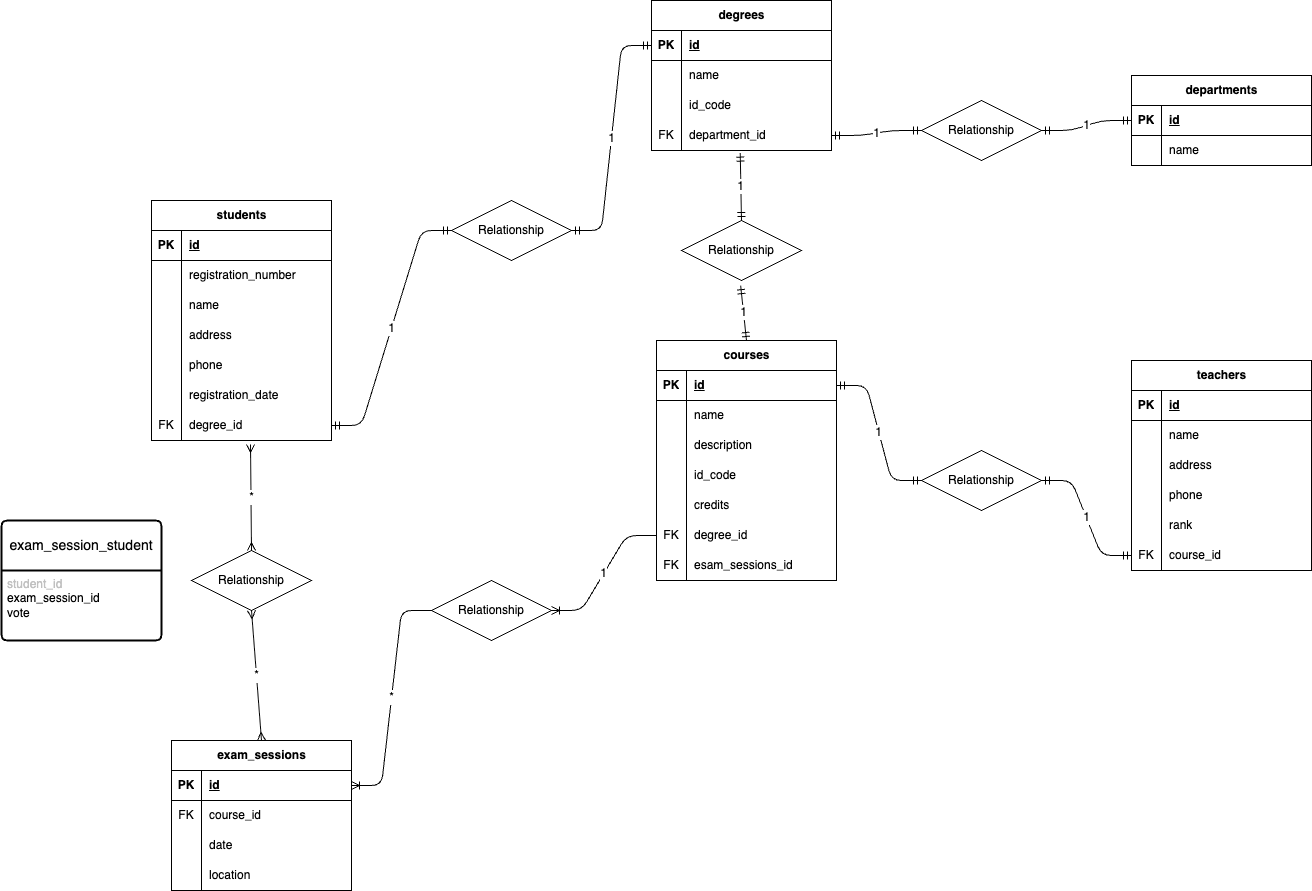
Earlier version of the draw.io export DIAGRAM.png (andrea-pugliatti/db-university). Source tidied: cells renumbered, new cells last; positions are measured from the earlier drawing's top-left corner, leaving out a move shared by most shapes.
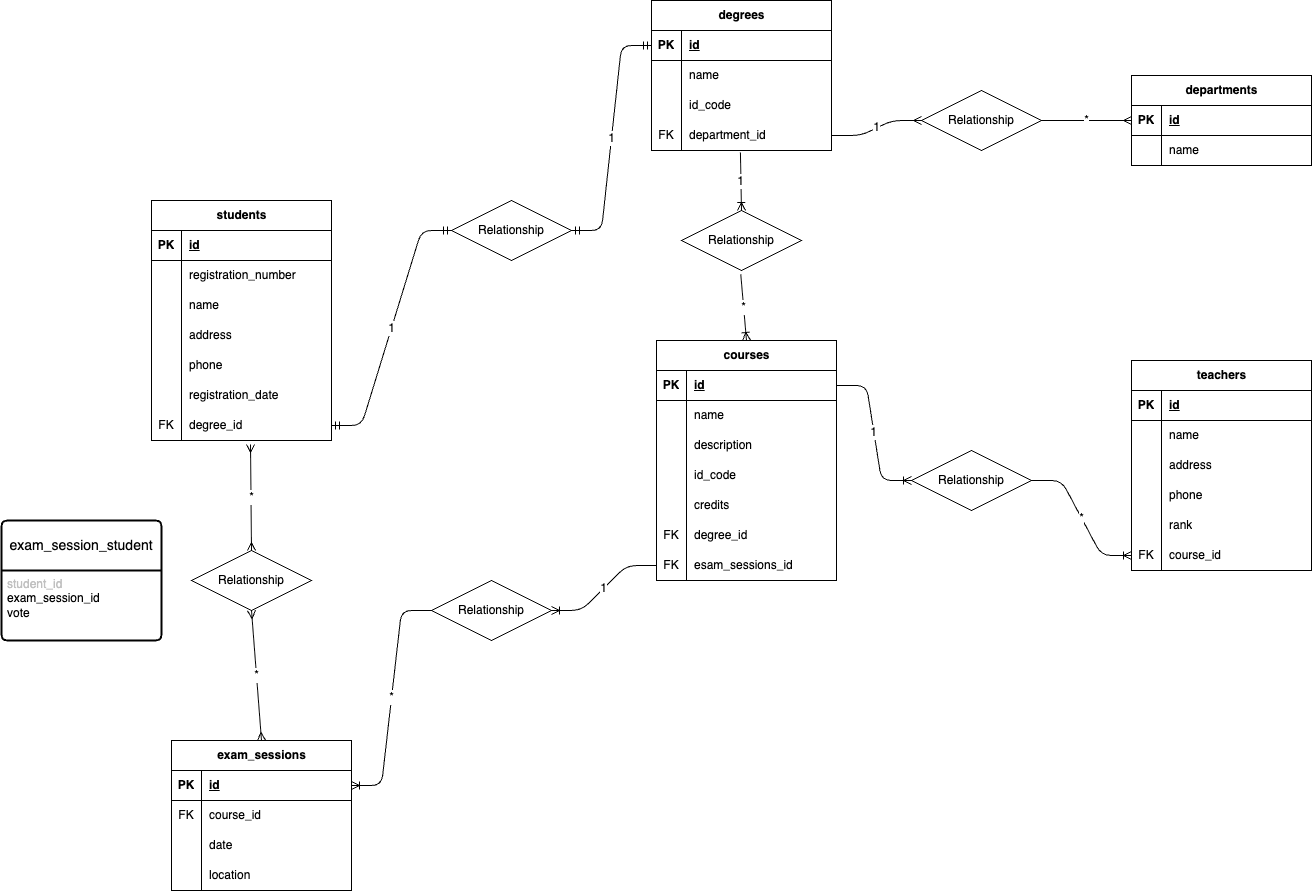
After the commit.

What changed in the source:
```diff
@@ -299,7 +299,7 @@
     <mxCell id="100" value="*" style="fontSize=12;html=1;endArrow=ERoneToMany;exitX=0;exitY=0.5;exitDx=0;exitDy=0;entryX=1;entryY=0.5;entryDx=0;entryDy=0;edgeStyle=entityRelationEdgeStyle;" parent="1" edge="1" source="102" target="64">
       <mxGeometry relative="1" as="geometry" />
     </mxCell>
-    <mxCell id="101" value="1" style="fontSize=12;html=1;endArrow=ERoneToMany;exitX=0;exitY=0.5;exitDx=0;exitDy=0;entryX=1;entryY=0.5;entryDx=0;entryDy=0;edgeStyle=entityRelationEdgeStyle;" parent="1" edge="1" source="38" target="102">
+    <mxCell id="101" value="1" style="fontSize=12;html=1;endArrow=ERoneToMany;exitX=0;exitY=0.5;exitDx=0;exitDy=0;entryX=1;entryY=0.5;entryDx=0;entryDy=0;edgeStyle=entityRelationEdgeStyle;" parent="1" edge="1" source="41" target="102">
       <mxGeometry relative="1" as="geometry" />
     </mxCell>
     <mxCell id="102" value="Relationship" style="shape=rhombus;perimeter=rhombusPerimeter;whiteSpace=wrap;html=1;align=center;" parent="1" vertex="1">
@@ -323,32 +323,32 @@
     <mxCell id="108" value="Relationship" style="shape=rhombus;perimeter=rhombusPerimeter;whiteSpace=wrap;html=1;align=center;" parent="1" vertex="1">
       <mxGeometry x="190" y="550" width="120" height="60" as="geometry" />
     </mxCell>
-    <mxCell id="109" value="1" style="fontSize=12;html=1;endArrow=ERmandOne;startArrow=ERmandOne;exitX=0.5;exitY=0;exitDx=0;exitDy=0;entryX=0.493;entryY=1.087;entryDx=0;entryDy=0;entryPerimeter=0;" parent="1" edge="1" source="111" target="19">
-      <mxGeometry relative="1" as="geometry" />
-    </mxCell>
-    <mxCell id="110" value="1" style="fontSize=12;html=1;endArrow=ERmandOne;startArrow=ERmandOne;exitX=0.5;exitY=0;exitDx=0;exitDy=0;entryX=0.493;entryY=1.087;entryDx=0;entryDy=0;entryPerimeter=0;" parent="1" edge="1" source="22" target="111">
-      <mxGeometry relative="1" as="geometry" />
-    </mxCell>
-    <mxCell id="111" value="Relationship" style="shape=rhombus;perimeter=rhombusPerimeter;whiteSpace=wrap;html=1;align=center;" parent="1" vertex="1">
-      <mxGeometry x="680" y="220" width="120" height="60" as="geometry" />
-    </mxCell>
+    <mxCell id="115" value="*" style="edgeStyle=entityRelationEdgeStyle;fontSize=12;html=1;endArrow=ERoneToMany;exitX=1;exitY=0.5;exitDx=0;exitDy=0;entryX=0;entryY=0.5;entryDx=0;entryDy=0;" parent="1" edge="1" source="117" target="60">
+      <mxGeometry relative="1" as="geometry" />
+    </mxCell>
+    <mxCell id="116" value="1" style="edgeStyle=entityRelationEdgeStyle;fontSize=12;html=1;endArrow=ERoneToMany;exitX=1;exitY=0.5;exitDx=0;exitDy=0;entryX=0;entryY=0.5;entryDx=0;entryDy=0;" parent="1" edge="1" source="23" target="117">
+      <mxGeometry relative="1" as="geometry" />
+    </mxCell>
+    <mxCell id="117" value="Relationship" style="shape=rhombus;perimeter=rhombusPerimeter;whiteSpace=wrap;html=1;align=center;" parent="1" vertex="1">
+      <mxGeometry x="910" y="450" width="120" height="60" as="geometry" />
+    </mxCell>
-    <mxCell id="112" value="1" style="edgeStyle=entityRelationEdgeStyle;fontSize=12;html=1;endArrow=ERmandOne;startArrow=ERmandOne;exitX=1;exitY=0.5;exitDx=0;exitDy=0;entryX=0;entryY=0.5;entryDx=0;entryDy=0;" parent="1" edge="1" source="114" target="3">
+    <mxCell id="112" value="*" style="edgeStyle=entityRelationEdgeStyle;fontSize=12;html=1;endArrow=ERmany;exitX=1;exitY=0.5;exitDx=0;exitDy=0;entryX=0;entryY=0.5;entryDx=0;entryDy=0;" parent="1" edge="1" source="114" target="3">
       <mxGeometry relative="1" as="geometry" />
     </mxCell>
-    <mxCell id="113" value="1" style="edgeStyle=entityRelationEdgeStyle;fontSize=12;html=1;endArrow=ERmandOne;startArrow=ERmandOne;exitX=1;exitY=0.5;exitDx=0;exitDy=0;entryX=0;entryY=0.5;entryDx=0;entryDy=0;" parent="1" edge="1" source="19" target="114">
+    <mxCell id="113" value="1" style="edgeStyle=entityRelationEdgeStyle;fontSize=12;html=1;endArrow=ERmany;exitX=1;exitY=0.5;exitDx=0;exitDy=0;entryX=0;entryY=0.5;entryDx=0;entryDy=0;" parent="1" edge="1" source="19" target="114">
       <mxGeometry relative="1" as="geometry" />
     </mxCell>
     <mxCell id="114" value="Relationship" style="shape=rhombus;perimeter=rhombusPerimeter;whiteSpace=wrap;html=1;align=center;" parent="1" vertex="1">
-      <mxGeometry x="920" y="100" width="120" height="60" as="geometry" />
+      <mxGeometry x="920" y="90" width="120" height="60" as="geometry" />
     </mxCell>
-    <mxCell id="115" value="1" style="edgeStyle=entityRelationEdgeStyle;fontSize=12;html=1;endArrow=ERmandOne;startArrow=ERmandOne;exitX=1;exitY=0.5;exitDx=0;exitDy=0;entryX=0;entryY=0.5;entryDx=0;entryDy=0;" parent="1" edge="1" source="117" target="60">
-      <mxGeometry relative="1" as="geometry" />
-    </mxCell>
-    <mxCell id="116" value="1" style="edgeStyle=entityRelationEdgeStyle;fontSize=12;html=1;endArrow=ERmandOne;startArrow=ERmandOne;exitX=1;exitY=0.5;exitDx=0;exitDy=0;entryX=0;entryY=0.5;entryDx=0;entryDy=0;" parent="1" edge="1" source="23" target="117">
-      <mxGeometry relative="1" as="geometry" />
-    </mxCell>
-    <mxCell id="117" value="Relationship" style="shape=rhombus;perimeter=rhombusPerimeter;whiteSpace=wrap;html=1;align=center;" parent="1" vertex="1">
-      <mxGeometry x="920" y="450" width="120" height="60" as="geometry" />
-    </mxCell>
+    <mxCell id="118" value="*" style="fontSize=12;html=1;endArrow=ERoneToMany;exitX=0.494;exitY=1.067;exitDx=0;exitDy=0;exitPerimeter=0;entryX=0.5;entryY=0;entryDx=0;entryDy=0;" parent="1" edge="1" source="111" target="22">
+      <mxGeometry relative="1" as="geometry" />
+    </mxCell>
+    <mxCell id="119" value="1" style="fontSize=12;html=1;endArrow=ERoneToMany;exitX=0.494;exitY=1.067;exitDx=0;exitDy=0;exitPerimeter=0;entryX=0.5;entryY=0;entryDx=0;entryDy=0;" parent="1" edge="1" source="19" target="111">
+      <mxGeometry relative="1" as="geometry" />
+    </mxCell>
+    <mxCell id="111" value="Relationship" style="shape=rhombus;perimeter=rhombusPerimeter;whiteSpace=wrap;html=1;align=center;" parent="1" vertex="1">
+      <mxGeometry x="680" y="210" width="120" height="60" as="geometry" />
+    </mxCell>
   </root>
 </mxGraphModel>
```
